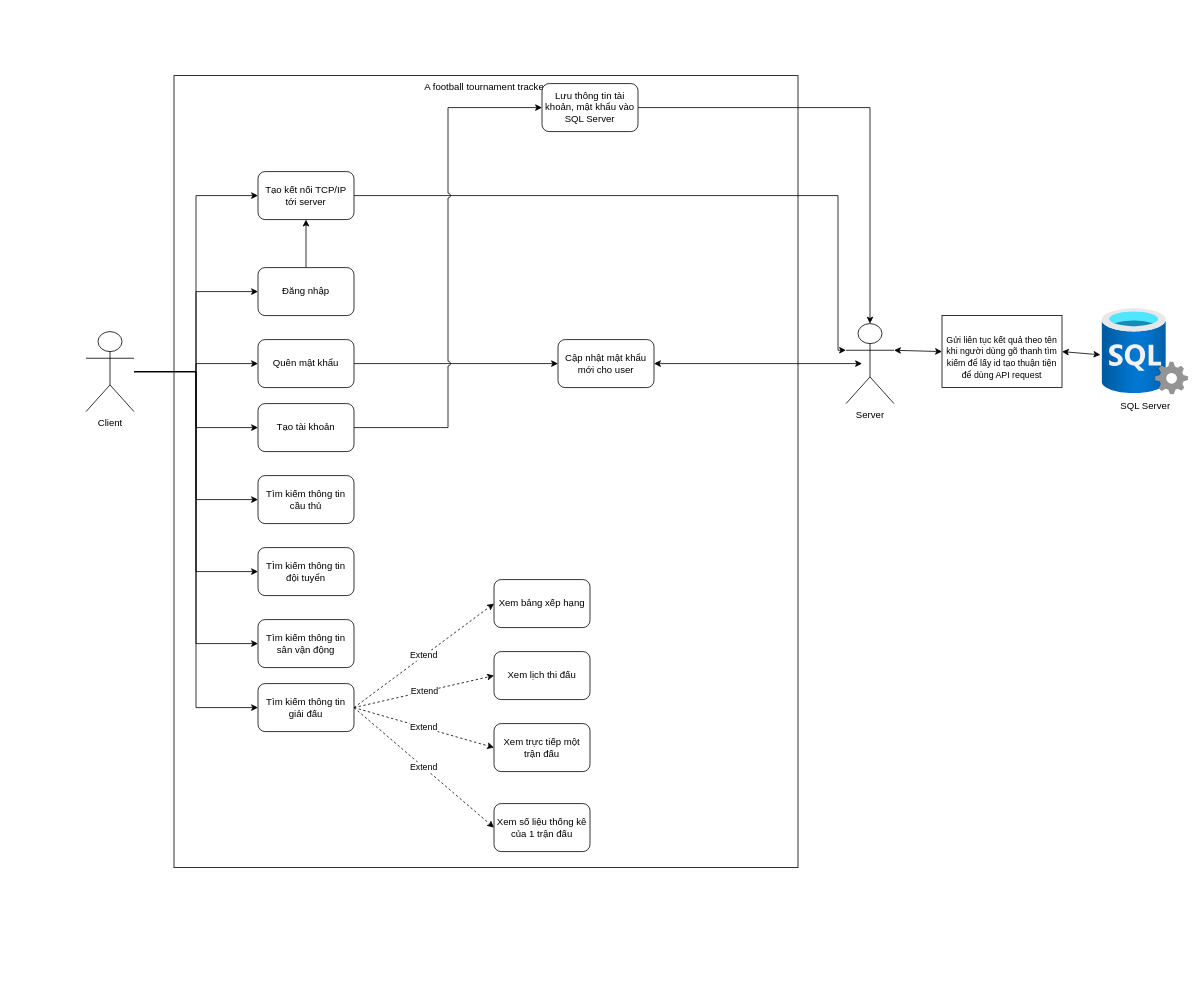
Before: Do An/Báo cáo giữa kì/Use case diagram.drawio in LapTrinhMangProject/NT106.N22.Group10, a draw.io diagram. Source tidied: cells renumbered, new cells numbered last; positions are measured from the earlier drawing's top-left corner, leaving out a move shared by most shapes. Both pictures are drawn from the tidied source at 80%, with x=0, y=0 at pixel (86, 19).
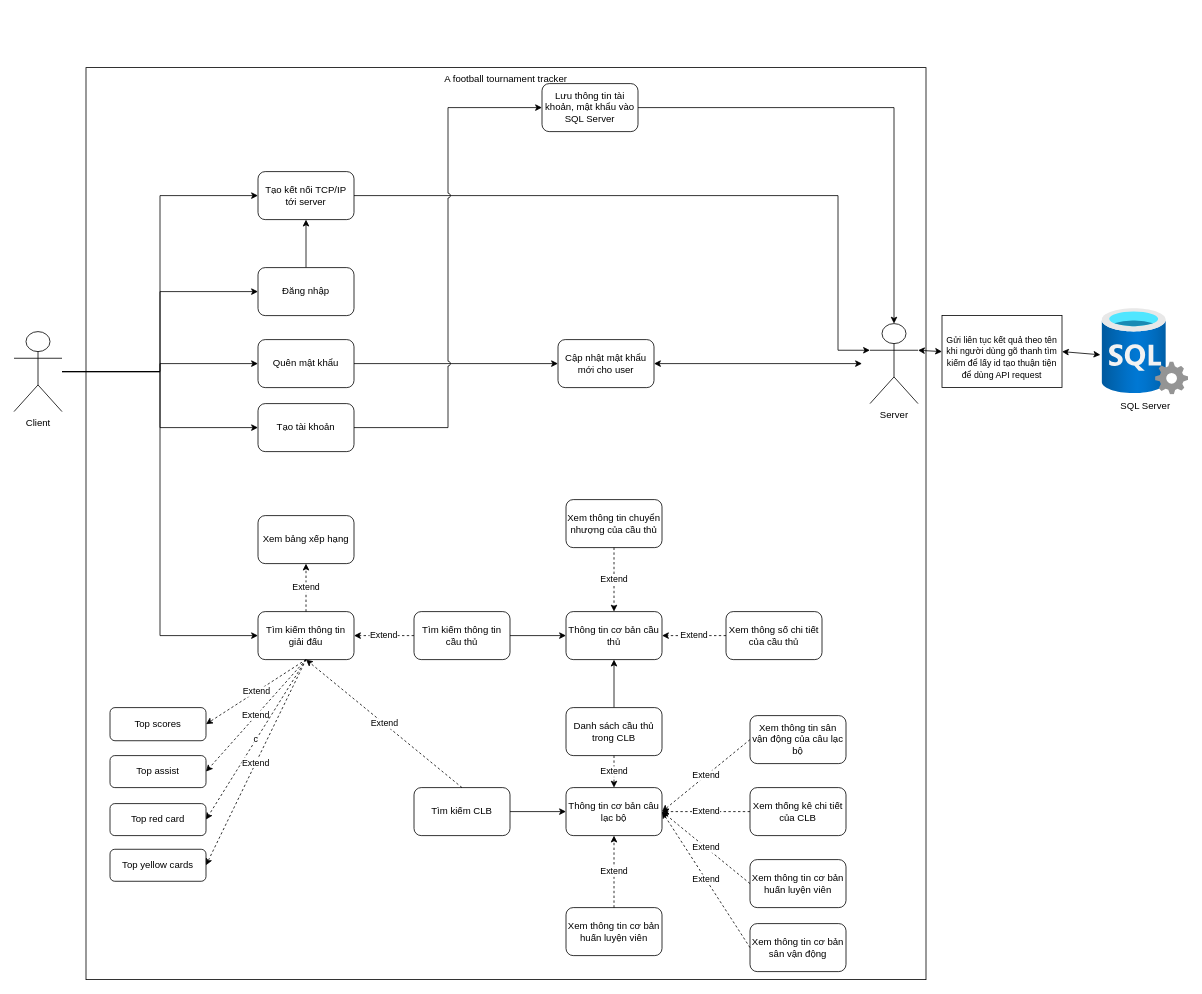
After the change.

Commit message (it also covers changes not shown here):
cập nhật thêm tính năng cho use case

The edit, as a diff of the source:
```diff
@@
     <mxCell id="2" value="A football tournament tracker" style="rounded=0;whiteSpace=wrap;html=1;verticalAlign=top;" parent="1" vertex="1">
-      <mxGeometry x="110" y="70" width="780" height="990" as="geometry" />
+      <mxGeometry y="60" width="1050" height="1140" as="geometry" />
     </mxCell>
@@
-    <mxCell id="8" style="edgeStyle=orthogonalEdgeStyle;rounded=0;jettySize=auto;html=1;entryX=0;entryY=0.5;entryDx=0;entryDy=0;" parent="1" edge="1" source="11" target="16">
-      <mxGeometry relative="1" as="geometry" />
-    </mxCell>
-    <mxCell id="9" style="edgeStyle=orthogonalEdgeStyle;rounded=0;jettySize=auto;html=1;entryX=0;entryY=0.5;entryDx=0;entryDy=0;" parent="1" edge="1" source="11" target="18">
-      <mxGeometry relative="1" as="geometry" />
-    </mxCell>
-    <mxCell id="10" style="edgeStyle=orthogonalEdgeStyle;rounded=0;jettySize=auto;html=1;entryX=0;entryY=0.5;entryDx=0;entryDy=0;" parent="1" edge="1" source="11" target="38">
-      <mxGeometry relative="1" as="geometry" />
-    </mxCell>
     <mxCell id="11" value="Client" style="shape=umlActor;verticalLabelPosition=bottom;verticalAlign=top;html=1;outlineConnect=0;" parent="1" vertex="1">
-      <mxGeometry y="390" width="60" height="100" as="geometry" />
+      <mxGeometry x="-90" y="390" width="60" height="100" as="geometry" />
     </mxCell>
@@
+    <mxCell id="42" style="edgeStyle=orthogonalEdgeStyle;rounded=0;jettySize=auto;html=1;entryX=0;entryY=0.5;entryDx=0;entryDy=0;" parent="1" edge="1" source="16" target="48">
+      <mxGeometry relative="1" as="geometry" />
+    </mxCell>
     <mxCell id="16" value="Tìm kiếm thông tin cầu thủ" style="rounded=1;whiteSpace=wrap;html=1;" parent="1" vertex="1">
-      <mxGeometry x="215" y="570" width="120" height="60" as="geometry" />
+      <mxGeometry x="410" y="740" width="120" height="60" as="geometry" />
     </mxCell>
     <mxCell id="17" value="Tìm kiếm thông tin giải đấu" style="rounded=1;whiteSpace=wrap;html=1;" parent="1" vertex="1">
-      <mxGeometry x="215" y="830" width="120" height="60" as="geometry" />
+      <mxGeometry x="215" y="740" width="120" height="60" as="geometry" />
     </mxCell>
+    <mxCell id="43" style="edgeStyle=orthogonalEdgeStyle;rounded=0;jettySize=auto;html=1;entryX=0;entryY=0.5;entryDx=0;entryDy=0;" parent="1" edge="1" source="18" target="47">
+      <mxGeometry relative="1" as="geometry" />
+    </mxCell>
-    <mxCell id="18" value="TÌm kiếm thông tin đội tuyển" style="rounded=1;whiteSpace=wrap;html=1;" parent="1" vertex="1">
-      <mxGeometry x="215" y="660" width="120" height="60" as="geometry" />
+    <mxCell id="18" value="Tìm kiếm CLB" style="rounded=1;whiteSpace=wrap;html=1;" parent="1" vertex="1">
+      <mxGeometry x="410" y="960" width="120" height="60" as="geometry" />
     </mxCell>
     <mxCell id="19" value="Server" style="shape=umlActor;verticalLabelPosition=bottom;verticalAlign=top;html=1;outlineConnect=0;" parent="1" vertex="1">
-      <mxGeometry x="950" y="380" width="60" height="100" as="geometry" />
+      <mxGeometry x="980" y="380" width="60" height="100" as="geometry" />
     </mxCell>
@@
     <mxCell id="30" value="Xem bảng xếp hạng" style="rounded=1;whiteSpace=wrap;html=1;" parent="1" vertex="1">
-      <mxGeometry x="510" y="700" width="120" height="60" as="geometry" />
+      <mxGeometry x="215" y="620" width="120" height="60" as="geometry" />
     </mxCell>
-    <mxCell id="31" value="Xem lịch thi đấu" style="rounded=1;whiteSpace=wrap;html=1;" parent="1" vertex="1">
-      <mxGeometry x="510" y="790" width="120" height="60" as="geometry" />
-    </mxCell>
-    <mxCell id="32" value="Xem trực tiếp một trận đấu" style="rounded=1;whiteSpace=wrap;html=1;" parent="1" vertex="1">
-      <mxGeometry x="510" y="880" width="120" height="60" as="geometry" />
-    </mxCell>
-    <mxCell id="33" value="Xem số liệu thống kê của 1 trận đấu" style="rounded=1;whiteSpace=wrap;html=1;" parent="1" vertex="1">
-      <mxGeometry x="510" y="980" width="120" height="60" as="geometry" />
-    </mxCell>
-    <mxCell id="34" value="Extend" style="endArrow=classic;html=1;rounded=0;exitX=1;exitY=0.5;exitDx=0;exitDy=0;entryX=0;entryY=0.5;entryDx=0;entryDy=0;dashed=1;" parent="1" edge="1" source="17" target="30">
-      <mxGeometry relative="1" as="geometry" />
+    <mxCell id="34" value="Extend" style="endArrow=classic;html=1;rounded=0;entryX=0.5;entryY=1;entryDx=0;entryDy=0;dashed=1;" parent="1" edge="1" target="30">
+      <mxGeometry relative="1" as="geometry">
+        <mxPoint x="275" y="740" as="sourcePoint" />
+      </mxGeometry>
     </mxCell>
-    <mxCell id="35" value="Extend" style="endArrow=classic;html=1;rounded=0;exitX=1;exitY=0.5;exitDx=0;exitDy=0;entryX=0;entryY=0.5;entryDx=0;entryDy=0;dashed=1;" parent="1" edge="1" source="17" target="31">
-      <mxGeometry relative="1" as="geometry" />
-    </mxCell>
-    <mxCell id="36" value="Extend" style="endArrow=classic;html=1;rounded=0;exitX=1;exitY=0.5;exitDx=0;exitDy=0;entryX=0;entryY=0.5;entryDx=0;entryDy=0;dashed=1;" parent="1" edge="1" source="17" target="32">
-      <mxGeometry relative="1" as="geometry" />
-    </mxCell>
-    <mxCell id="37" value="Extend" style="endArrow=classic;html=1;rounded=0;exitX=1;exitY=0.5;exitDx=0;exitDy=0;entryX=0;entryY=0.5;entryDx=0;entryDy=0;dashed=1;" parent="1" edge="1" source="17" target="33">
-      <mxGeometry relative="1" as="geometry" />
-    </mxCell>
-    <mxCell id="38" value="Tìm kiếm thông tin sân vận động" style="rounded=1;whiteSpace=wrap;html=1;" parent="1" vertex="1">
-      <mxGeometry x="215" y="750" width="120" height="60" as="geometry" />
-    </mxCell>
@@
+    <mxCell id="44" value="Xem thống kê chi tiết của CLB" style="rounded=1;whiteSpace=wrap;html=1;" parent="1" vertex="1">
+      <mxGeometry x="830" y="960" width="120" height="60" as="geometry" />
+    </mxCell>
+    <mxCell id="45" value="Xem thông tin chuyển nhượng của cầu thủ" style="rounded=1;whiteSpace=wrap;html=1;" parent="1" vertex="1">
+      <mxGeometry x="600" y="600" width="120" height="60" as="geometry" />
+    </mxCell>
+    <mxCell id="46" value="Xem thông số chi tiết của cầu thủ" style="rounded=1;whiteSpace=wrap;html=1;" parent="1" vertex="1">
+      <mxGeometry x="800" y="740" width="120" height="60" as="geometry" />
+    </mxCell>
+    <mxCell id="47" value="Thông tin cơ bản câu lạc bộ" style="rounded=1;whiteSpace=wrap;html=1;" parent="1" vertex="1">
+      <mxGeometry x="600" y="960" width="120" height="60" as="geometry" />
+    </mxCell>
+    <mxCell id="48" value="Thông tin cơ bản cầu thủ" style="rounded=1;whiteSpace=wrap;html=1;" parent="1" vertex="1">
+      <mxGeometry x="600" y="740" width="120" height="60" as="geometry" />
+    </mxCell>
+    <mxCell id="49" value="Xem thông tin sân vận động của câu lạc bộ" style="rounded=1;whiteSpace=wrap;html=1;" parent="1" vertex="1">
+      <mxGeometry x="830" y="870" width="120" height="60" as="geometry" />
+    </mxCell>
+    <mxCell id="50" value="Xem thông tin cơ bản huấn luyện viên" style="rounded=1;whiteSpace=wrap;html=1;" parent="1" vertex="1">
+      <mxGeometry x="830" y="1050" width="120" height="60" as="geometry" />
+    </mxCell>
+    <mxCell id="51" style="edgeStyle=orthogonalEdgeStyle;rounded=0;jettySize=auto;html=1;entryX=0.5;entryY=1;entryDx=0;entryDy=0;" parent="1" edge="1" source="52" target="48">
+      <mxGeometry relative="1" as="geometry" />
+    </mxCell>
+    <mxCell id="52" value="Danh sách cầu thủ trong CLB" style="rounded=1;whiteSpace=wrap;html=1;" parent="1" vertex="1">
+      <mxGeometry x="600" y="860" width="120" height="60" as="geometry" />
+    </mxCell>
+    <mxCell id="53" value="Extend" style="endArrow=classic;html=1;rounded=0;exitX=0;exitY=0.5;exitDx=0;exitDy=0;entryX=1;entryY=0.5;entryDx=0;entryDy=0;dashed=1;" parent="1" edge="1" source="49" target="47">
+      <mxGeometry relative="1" as="geometry" />
+    </mxCell>
+    <mxCell id="54" value="Extend" style="endArrow=classic;html=1;rounded=0;exitX=0;exitY=0.5;exitDx=0;exitDy=0;entryX=1;entryY=0.5;entryDx=0;entryDy=0;dashed=1;" parent="1" edge="1" source="44" target="47">
+      <mxGeometry relative="1" as="geometry" />
+    </mxCell>
+    <mxCell id="55" value="Extend" style="endArrow=classic;html=1;rounded=0;exitX=0;exitY=0.5;exitDx=0;exitDy=0;entryX=1;entryY=0.5;entryDx=0;entryDy=0;dashed=1;" parent="1" edge="1" source="50" target="47">
+      <mxGeometry relative="1" as="geometry" />
+    </mxCell>
+    <mxCell id="56" value="Extend" style="endArrow=classic;html=1;rounded=0;entryX=0.5;entryY=0;entryDx=0;entryDy=0;dashed=1;exitX=0.5;exitY=1;exitDx=0;exitDy=0;" parent="1" edge="1" source="45" target="48">
+      <mxGeometry relative="1" as="geometry" />
+    </mxCell>
+    <mxCell id="57" value="Extend" style="endArrow=classic;html=1;rounded=0;entryX=1;entryY=0.5;entryDx=0;entryDy=0;dashed=1;exitX=0;exitY=0.5;exitDx=0;exitDy=0;" parent="1" edge="1" source="46" target="48">
+      <mxGeometry relative="1" as="geometry" />
+    </mxCell>
+    <mxCell id="58" value="Extend" style="endArrow=classic;html=1;rounded=0;exitX=0.5;exitY=1;exitDx=0;exitDy=0;entryX=0.5;entryY=0;entryDx=0;entryDy=0;dashed=1;" parent="1" edge="1" source="52" target="47">
+      <mxGeometry relative="1" as="geometry" />
+    </mxCell>
+    <mxCell id="59" value="Extend" style="endArrow=classic;html=1;rounded=0;entryX=1;entryY=0.5;entryDx=0;entryDy=0;dashed=1;exitX=0;exitY=0.5;exitDx=0;exitDy=0;" parent="1" edge="1" source="16" target="17">
+      <mxGeometry relative="1" as="geometry" />
+    </mxCell>
+    <mxCell id="60" value="Extend" style="endArrow=classic;html=1;rounded=0;entryX=0.5;entryY=1;entryDx=0;entryDy=0;dashed=1;exitX=0.5;exitY=0;exitDx=0;exitDy=0;" parent="1" edge="1" source="18" target="17">
+      <mxGeometry relative="1" as="geometry" />
+    </mxCell>
+    <mxCell id="61" value="Xem thông tin cơ bản huấn luyện viên" style="rounded=1;whiteSpace=wrap;html=1;" parent="1" vertex="1">
+      <mxGeometry x="600" y="1110" width="120" height="60" as="geometry" />
+    </mxCell>
+    <mxCell id="62" value="Extend" style="endArrow=classic;html=1;rounded=0;exitX=0.5;exitY=0;exitDx=0;exitDy=0;entryX=0.5;entryY=1;entryDx=0;entryDy=0;dashed=1;" parent="1" edge="1" source="61" target="47">
+      <mxGeometry relative="1" as="geometry" />
+    </mxCell>
+    <mxCell id="63" value="Top scores" style="rounded=1;whiteSpace=wrap;html=1;" parent="1" vertex="1">
+      <mxGeometry x="30" y="860" width="120" height="41.4" as="geometry" />
+    </mxCell>
+    <mxCell id="64" value="Top assist" style="rounded=1;whiteSpace=wrap;html=1;" parent="1" vertex="1">
+      <mxGeometry x="30" y="920" width="120" height="40" as="geometry" />
+    </mxCell>
+    <mxCell id="65" value="Top red card" style="rounded=1;whiteSpace=wrap;html=1;" parent="1" vertex="1">
+      <mxGeometry x="30" y="980" width="120" height="40" as="geometry" />
+    </mxCell>
+    <mxCell id="66" value="Top yellow cards" style="rounded=1;whiteSpace=wrap;html=1;" parent="1" vertex="1">
+      <mxGeometry x="30" y="1037.1" width="120" height="40" as="geometry" />
+    </mxCell>
+    <mxCell id="67" value="Extend" style="endArrow=classic;html=1;rounded=0;entryX=1;entryY=0.5;entryDx=0;entryDy=0;dashed=1;exitX=0.5;exitY=1;exitDx=0;exitDy=0;" parent="1" edge="1" source="17" target="63">
+      <mxGeometry relative="1" as="geometry" />
+    </mxCell>
+    <mxCell id="68" value="Extend" style="endArrow=classic;html=1;rounded=0;entryX=1;entryY=0.5;entryDx=0;entryDy=0;dashed=1;exitX=0.5;exitY=1;exitDx=0;exitDy=0;" parent="1" edge="1" source="17" target="64">
+      <mxGeometry relative="1" as="geometry" />
+    </mxCell>
+    <mxCell id="69" value="c" style="endArrow=classic;html=1;rounded=0;entryX=1;entryY=0.5;entryDx=0;entryDy=0;dashed=1;exitX=0.5;exitY=1;exitDx=0;exitDy=0;" parent="1" edge="1" source="17" target="65">
+      <mxGeometry relative="1" as="geometry" />
+    </mxCell>
+    <mxCell id="70" value="Extend" style="endArrow=classic;html=1;rounded=0;entryX=1;entryY=0.5;entryDx=0;entryDy=0;dashed=1;exitX=0.5;exitY=1;exitDx=0;exitDy=0;" parent="1" edge="1" source="17" target="66">
+      <mxGeometry relative="1" as="geometry" />
+    </mxCell>
+    <mxCell id="71" value="Xem thông tin cơ bản sân vận động" style="rounded=1;whiteSpace=wrap;html=1;" parent="1" vertex="1">
+      <mxGeometry x="830" y="1130" width="120" height="60" as="geometry" />
+    </mxCell>
+    <mxCell id="72" value="Extend" style="endArrow=classic;html=1;rounded=0;exitX=0;exitY=0.5;exitDx=0;exitDy=0;entryX=1;entryY=0.5;entryDx=0;entryDy=0;dashed=1;" parent="1" edge="1" source="71" target="47">
+      <mxGeometry relative="1" as="geometry" />
+    </mxCell>
```
